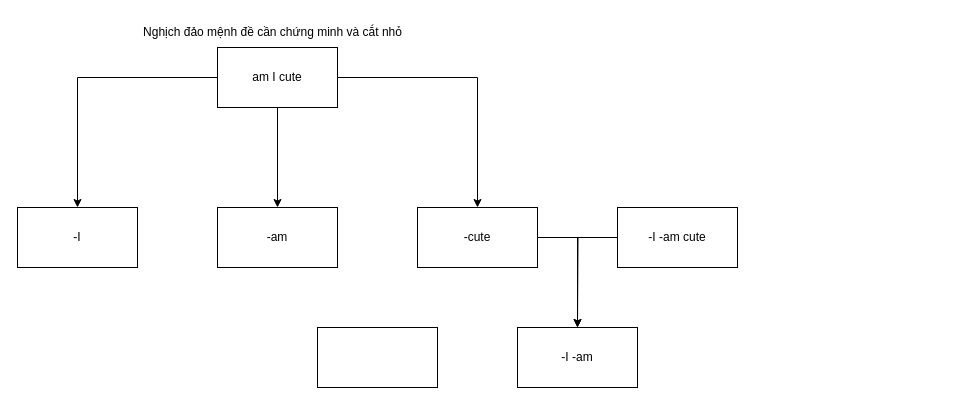
frozenproof/dactaphanmem keeps this draw.io diagram as rainbow logic.drawio. Above is the earlier version. Source tidied: cells renumbered, new cells numbered last; positions are measured from the earlier drawing's top-left corner, leaving out a move shared by most shapes. Both pictures are drawn from the tidied source at 100%, with x=0, y=0 at pixel (17, 17).
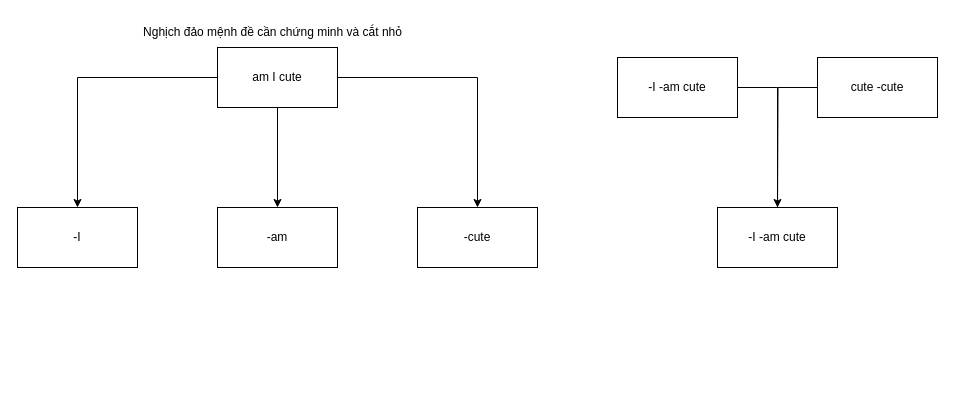
The same page after the edit.

What changed in the source:
```diff
@@
 <mxGraphModel>
   <root>
     <mxCell id="0" />
     <mxCell id="1" parent="0" />
     <mxCell id="2" style="edgeStyle=orthogonalEdgeStyle;rounded=0;jettySize=auto;html=1;" parent="1" edge="1" source="5" target="11">
       <mxGeometry relative="1" as="geometry" />
     </mxCell>
     <mxCell id="3" style="edgeStyle=orthogonalEdgeStyle;rounded=0;jettySize=auto;html=1;" parent="1" edge="1" source="5" target="8">
       <mxGeometry relative="1" as="geometry" />
     </mxCell>
     <mxCell id="4" style="edgeStyle=orthogonalEdgeStyle;rounded=0;jettySize=auto;html=1;" parent="1" edge="1" source="5" target="10">
       <mxGeometry relative="1" as="geometry" />
     </mxCell>
     <mxCell id="5" value="am I cute" style="rounded=0;whiteSpace=wrap;html=1;" parent="1" vertex="1">
       <mxGeometry x="200" y="30" width="120" height="60" as="geometry" />
     </mxCell>
-    <mxCell id="6" style="edgeStyle=orthogonalEdgeStyle;rounded=0;jettySize=auto;html=1;entryX=0.5;entryY=0;entryDx=0;entryDy=0;" parent="1" edge="1" source="7" target="13">
-      <mxGeometry relative="1" as="geometry">
-        <Array as="points">
-          <mxPoint x="560" y="220" />
-        </Array>
-      </mxGeometry>
-    </mxCell>
+    <mxCell id="15" style="edgeStyle=orthogonalEdgeStyle;rounded=0;jettySize=auto;html=1;entryX=0.5;entryY=0;entryDx=0;entryDy=0;" parent="1" edge="1" source="7" target="17">
+      <mxGeometry relative="1" as="geometry">
+        <Array as="points">
+          <mxPoint x="760" y="70" />
+        </Array>
+      </mxGeometry>
+    </mxCell>
     <mxCell id="7" value="-I -am cute" style="rounded=0;whiteSpace=wrap;html=1;" parent="1" vertex="1">
-      <mxGeometry x="600" y="190" width="120" height="60" as="geometry" />
+      <mxGeometry x="600" y="40" width="120" height="60" as="geometry" />
     </mxCell>
     <mxCell id="8" value="-am" style="rounded=0;whiteSpace=wrap;html=1;" parent="1" vertex="1">
       <mxGeometry x="200" y="190" width="120" height="60" as="geometry" />
     </mxCell>
-    <mxCell id="9" style="edgeStyle=orthogonalEdgeStyle;rounded=0;jettySize=auto;html=1;" parent="1" edge="1" source="10">
-      <mxGeometry relative="1" as="geometry">
-        <mxPoint x="560" y="310" as="targetPoint" />
-      </mxGeometry>
-    </mxCell>
     <mxCell id="10" value="-cute" style="rounded=0;whiteSpace=wrap;html=1;" parent="1" vertex="1">
       <mxGeometry x="400" y="190" width="120" height="60" as="geometry" />
     </mxCell>
     <mxCell id="11" value="-I" style="rounded=0;whiteSpace=wrap;html=1;" parent="1" vertex="1">
       <mxGeometry y="190" width="120" height="60" as="geometry" />
     </mxCell>
     <mxCell id="12" value="Nghịch đảo mệnh đề cần chứng minh và cắt nhỏ" style="text;html=1;align=center;verticalAlign=middle;strokeColor=none;fillColor=none;" parent="1" vertex="1">
       <mxGeometry x="115" width="280" height="30" as="geometry" />
     </mxCell>
-    <mxCell id="13" value="-I -am" style="rounded=0;whiteSpace=wrap;html=1;" parent="1" vertex="1">
-      <mxGeometry x="500" y="310" width="120" height="60" as="geometry" />
-    </mxCell>
+    <mxCell id="16" style="edgeStyle=orthogonalEdgeStyle;rounded=0;jettySize=auto;html=1;" parent="1" edge="1" source="14">
+      <mxGeometry relative="1" as="geometry">
+        <mxPoint x="760" y="200" as="targetPoint" />
+      </mxGeometry>
+    </mxCell>
-    <mxCell id="14" style="rounded=0;whiteSpace=wrap;html=1;" parent="1" vertex="1">
-      <mxGeometry x="300" y="310" width="120" height="60" as="geometry" />
+    <mxCell id="14" value="cute -cute" style="rounded=0;whiteSpace=wrap;html=1;" parent="1" vertex="1">
+      <mxGeometry x="800" y="40" width="120" height="60" as="geometry" />
     </mxCell>
+    <mxCell id="17" value="-I -am cute" style="rounded=0;whiteSpace=wrap;html=1;" parent="1" vertex="1">
+      <mxGeometry x="700" y="190" width="120" height="60" as="geometry" />
+    </mxCell>
   </root>
 </mxGraphModel>
```
